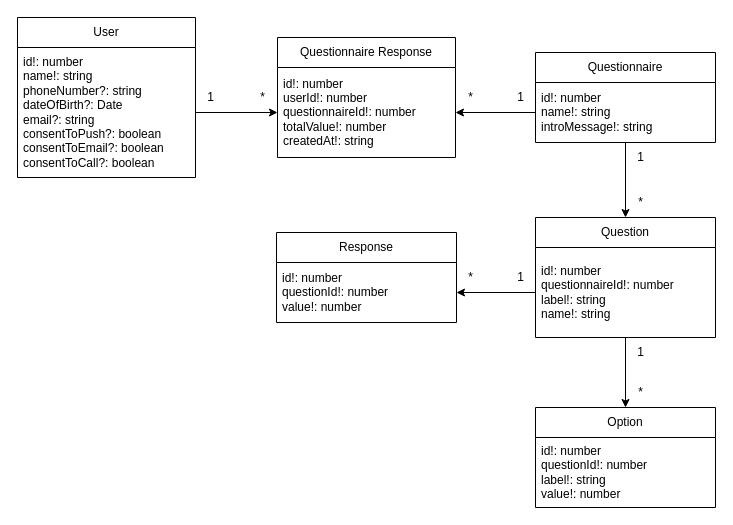
Before: diagram.drawio in rebecalrocha/limbic-care-full-stack-challenge, a draw.io diagram. Source tidied: cells renumbered, new cells numbered last; positions are measured from the earlier drawing's top-left corner, leaving out a move shared by most shapes. Both pictures are drawn from the tidied source at 100%, with x=0, y=0 at pixel (17, 17).
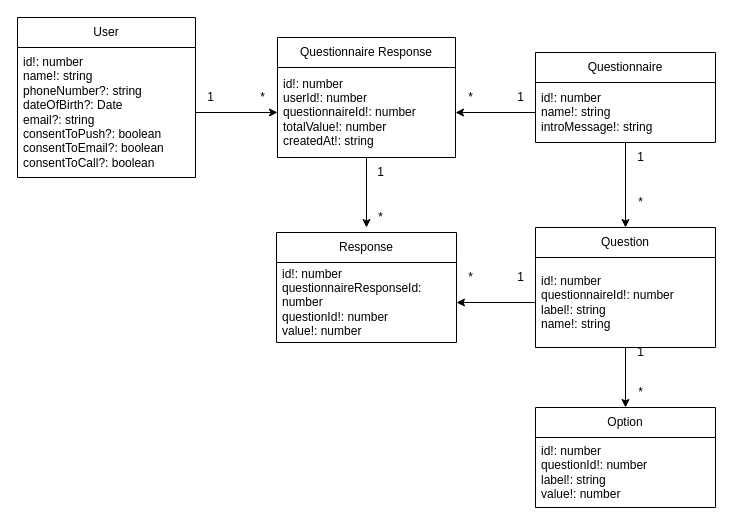
The same page after the edit.

Unchanged cells that the change refers to:
```xml
<mxCell id="23" value="Questionnaire Response" style="swimlane;fontStyle=0;horizontal=1;startSize=30;whiteSpace=wrap;html=1;" parent="1" vertex="1">
  <mxGeometry x="260" y="20" width="178" height="120" as="geometry" />
</mxCell>
```

The edit, as a diff of the source:
```diff
@@
     <mxCell id="13" value="Response" style="swimlane;fontStyle=0;horizontal=1;startSize=30;whiteSpace=wrap;html=1;" parent="1" vertex="1">
-      <mxGeometry x="259" y="215" width="180" height="90" as="geometry" />
+      <mxGeometry x="259" y="215" width="180" height="110" as="geometry" />
     </mxCell>
-    <mxCell id="14" value="&lt;div&gt;id!: number&lt;/div&gt;&lt;div&gt;questionId!: number&lt;/div&gt;&lt;div&gt;value!: number&lt;/div&gt;" style="text;strokeColor=none;fillColor=none;align=left;verticalAlign=middle;spacingLeft=4;spacingRight=4;overflow=hidden;points=[[0,0.5],[1,0.5]];portConstraint=eastwest;whiteSpace=wrap;html=1;" parent="13" vertex="1">
-      <mxGeometry y="30" width="180" height="60" as="geometry" />
+    <mxCell id="14" value="&lt;div&gt;id!: number&lt;/div&gt;&lt;div&gt;questionnaireResponseId: number&lt;br&gt;&lt;/div&gt;&lt;div&gt;questionId!: number&lt;/div&gt;&lt;div&gt;value!: number&lt;/div&gt;" style="text;strokeColor=none;fillColor=none;align=left;verticalAlign=middle;spacingLeft=4;spacingRight=4;overflow=hidden;points=[[0,0.5],[1,0.5]];portConstraint=eastwest;whiteSpace=wrap;html=1;" parent="13" vertex="1">
+      <mxGeometry y="30" width="180" height="80" as="geometry" />
     </mxCell>
@@
     <mxCell id="19" value="Question" style="swimlane;fontStyle=0;horizontal=1;startSize=30;whiteSpace=wrap;html=1;" parent="1" vertex="1">
-      <mxGeometry x="518" y="200" width="180" height="120" as="geometry" />
+      <mxGeometry x="518" y="210" width="180" height="120" as="geometry" />
     </mxCell>
@@
+    <mxCell id="30" style="edgeStyle=none;html=1;" parent="1" edge="1" source="23">
+      <mxGeometry relative="1" as="geometry">
+        <mxPoint x="349" y="210" as="targetPoint" />
+      </mxGeometry>
+    </mxCell>
@@
+    <mxCell id="31" value="*" style="text;html=1;align=center;verticalAlign=middle;strokeColor=none;fillColor=none;" parent="1" vertex="1">
+      <mxGeometry x="348" y="185" width="30" height="30" as="geometry" />
+    </mxCell>
+    <mxCell id="32" value="1" style="text;html=1;align=center;verticalAlign=middle;strokeColor=none;fillColor=none;" parent="1" vertex="1">
+      <mxGeometry x="348" y="140" width="30" height="30" as="geometry" />
+    </mxCell>
```
